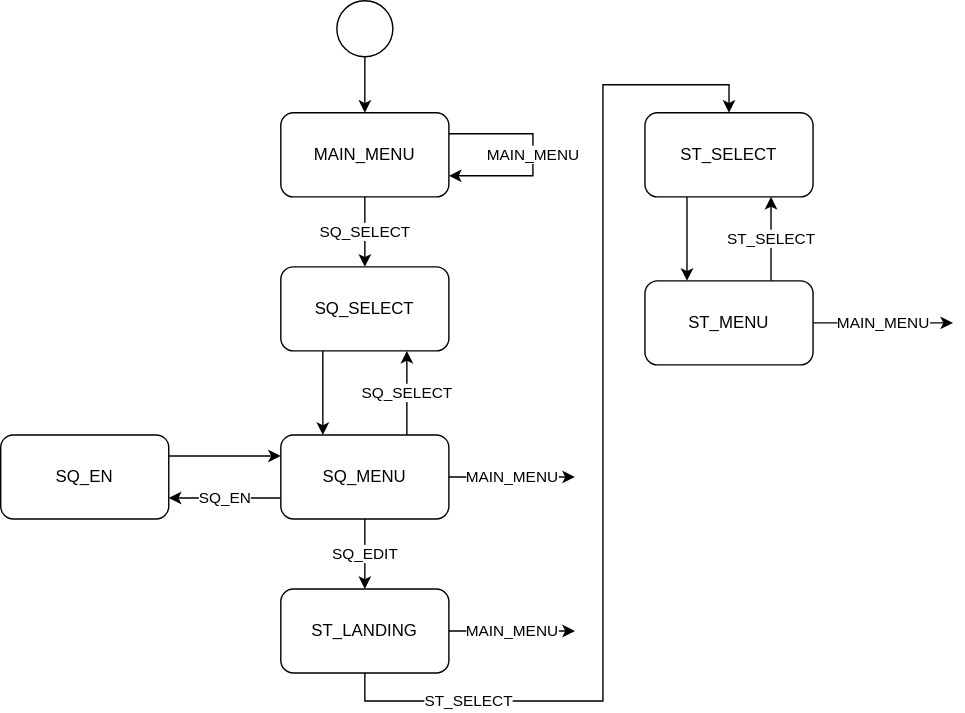
DavenportEmma/sequencer keeps this draw.io diagram as images/state_diagram.drawio.svg. Above is the earlier version. Source tidied: cells renumbered, new cells last; positions are measured from the earlier drawing's top-left corner, leaving out a move shared by most shapes.
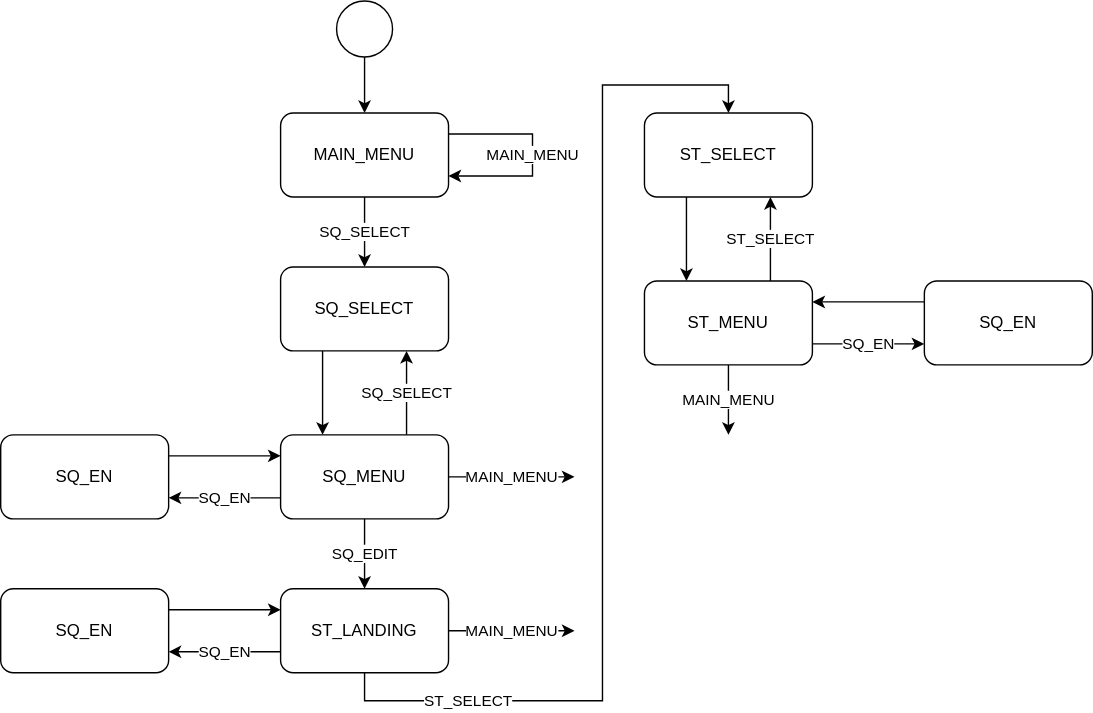
After the commit.

Commit message:
images: update state diagram

Diff of the diagram source:
```diff
@@ -14,11 +14,14 @@
     <mxCell id="5" value="MAIN_MENU" style="rounded=1;whiteSpace=wrap;html=1;" parent="1" vertex="1">
       <mxGeometry x="200" y="80" width="120" height="60" as="geometry" />
     </mxCell>
-    <mxCell id="6" value="MAIN_MENU" style="edgeStyle=orthogonalEdgeStyle;rounded=0;jettySize=auto;html=1;exitX=1;exitY=0.5;exitDx=0;exitDy=0;" parent="1" edge="1" source="7">
+    <mxCell id="6" value="MAIN_MENU" style="edgeStyle=orthogonalEdgeStyle;rounded=0;jettySize=auto;html=1;exitX=0.5;exitY=1;exitDx=0;exitDy=0;" parent="1" edge="1" source="7">
       <mxGeometry relative="1" as="geometry">
-        <mxPoint x="680" y="230" as="targetPoint" />
+        <mxPoint x="520" y="310" as="targetPoint" />
       </mxGeometry>
     </mxCell>
+    <mxCell id="24" value="SQ_EN" style="edgeStyle=orthogonalEdgeStyle;rounded=0;jettySize=auto;html=1;exitX=1;exitY=0.75;exitDx=0;exitDy=0;entryX=0;entryY=0.75;entryDx=0;entryDy=0;" parent="1" edge="1" source="7" target="29">
+      <mxGeometry relative="1" as="geometry" />
+    </mxCell>
     <mxCell id="7" value="ST_MENU" style="rounded=1;whiteSpace=wrap;html=1;" parent="1" vertex="1">
       <mxGeometry x="460" y="200" width="120" height="60" as="geometry" />
     </mxCell>
@@ -65,6 +68,9 @@
         </Array>
       </mxGeometry>
     </mxCell>
+    <mxCell id="25" value="SQ_EN" style="edgeStyle=orthogonalEdgeStyle;rounded=0;jettySize=auto;html=1;exitX=0;exitY=0.75;exitDx=0;exitDy=0;entryX=1;entryY=0.75;entryDx=0;entryDy=0;" parent="1" edge="1" source="16" target="27">
+      <mxGeometry relative="1" as="geometry" />
+    </mxCell>
     <mxCell id="16" value="&lt;div&gt;ST_LANDING&lt;/div&gt;" style="rounded=1;whiteSpace=wrap;html=1;" parent="1" vertex="1">
       <mxGeometry x="200" y="420" width="120" height="60" as="geometry" />
     </mxCell>
@@ -91,5 +97,17 @@
     <mxCell id="23" value="SQ_SELECT" style="rounded=1;whiteSpace=wrap;html=1;" parent="1" vertex="1">
       <mxGeometry x="200" y="190" width="120" height="60" as="geometry" />
     </mxCell>
+    <mxCell id="26" style="edgeStyle=orthogonalEdgeStyle;rounded=0;jettySize=auto;html=1;exitX=1;exitY=0.25;exitDx=0;exitDy=0;entryX=0;entryY=0.25;entryDx=0;entryDy=0;" parent="1" edge="1" source="27" target="16">
+      <mxGeometry relative="1" as="geometry" />
+    </mxCell>
+    <mxCell id="27" value="SQ_EN" style="rounded=1;whiteSpace=wrap;html=1;" parent="1" vertex="1">
+      <mxGeometry y="420" width="120" height="60" as="geometry" />
+    </mxCell>
+    <mxCell id="28" style="edgeStyle=orthogonalEdgeStyle;rounded=0;jettySize=auto;html=1;exitX=0;exitY=0.25;exitDx=0;exitDy=0;entryX=1;entryY=0.25;entryDx=0;entryDy=0;" parent="1" edge="1" source="29" target="7">
+      <mxGeometry relative="1" as="geometry" />
+    </mxCell>
+    <mxCell id="29" value="SQ_EN" style="rounded=1;whiteSpace=wrap;html=1;" parent="1" vertex="1">
+      <mxGeometry x="660" y="200" width="120" height="60" as="geometry" />
+    </mxCell>
   </root>
 </mxGraphModel>
```
